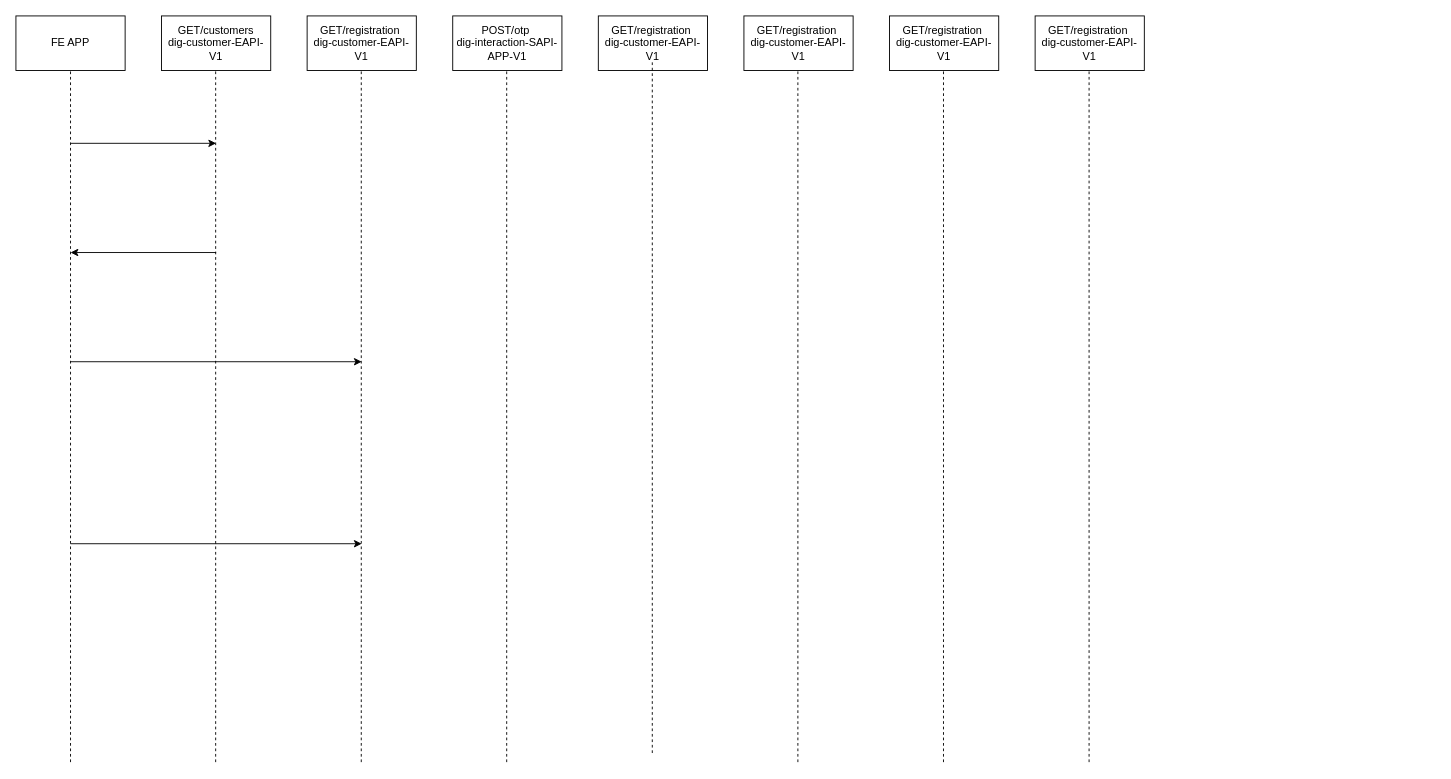
Above: customerOnboarding.drawio in busugu2018/muleCustomerOnboarding (draw.io), before the change. Source tidied: cells renumbered, new cells numbered last; positions are measured from the earlier drawing's top-left corner, leaving out a move shared by most shapes. Both pictures are drawn from the tidied source at 91%, with x=0, y=0 at pixel (15, 15).
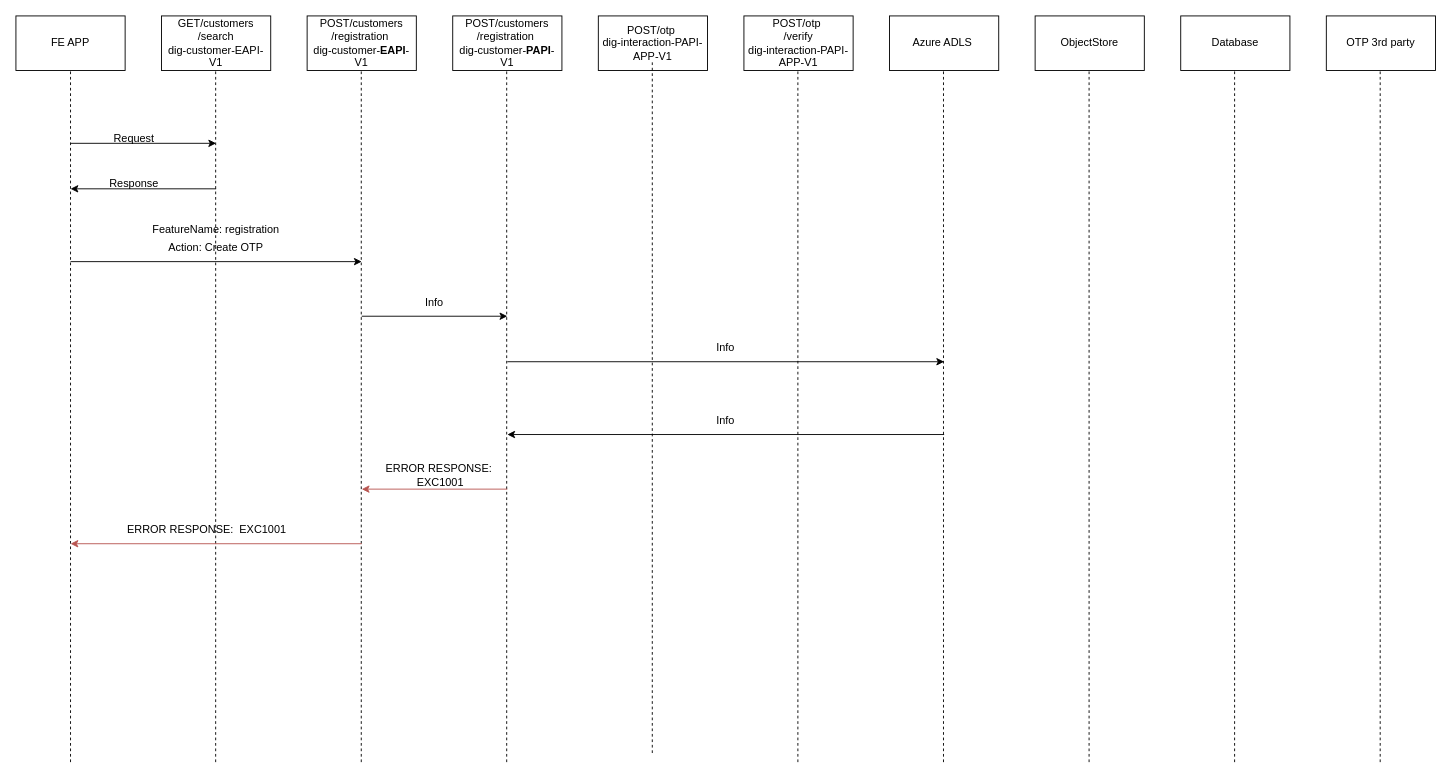
The same diagram, later.

Change to the diagram source:
```diff
@@
-    <mxCell id="3" value="GET/customers&lt;div&gt;dig-customer-EAPI-V1&lt;/div&gt;" style="rounded=0;whiteSpace=wrap;html=1;" parent="1" vertex="1">
+    <mxCell id="3" value="GET/customers&lt;div&gt;/search&lt;br&gt;&lt;div&gt;dig-customer-EAPI-V1&lt;/div&gt;&lt;/div&gt;" style="rounded=0;whiteSpace=wrap;html=1;" parent="1" vertex="1">
       <mxGeometry x="160" width="120" height="60" as="geometry" />
     </mxCell>
-    <mxCell id="4" value="GET/registration&amp;nbsp;&lt;div&gt;dig-customer-EAPI-V1&lt;/div&gt;" style="rounded=0;whiteSpace=wrap;html=1;" parent="1" vertex="1">
+    <mxCell id="4" value="POST/customers&lt;div&gt;/registration&amp;nbsp;&lt;div&gt;&lt;div&gt;dig-customer-&lt;b&gt;EAPI&lt;/b&gt;-V1&lt;/div&gt;&lt;/div&gt;&lt;/div&gt;" style="rounded=0;whiteSpace=wrap;html=1;" parent="1" vertex="1">
       <mxGeometry x="320" width="120" height="60" as="geometry" />
     </mxCell>
@@
     <mxCell id="9" style="endArrow=classic;html=1;rounded=0;" parent="1" edge="1">
       <mxGeometry relative="1" as="geometry">
-        <mxPoint x="60" y="380" as="sourcePoint" />
-        <mxPoint x="380" y="380" as="targetPoint" />
+        <mxPoint x="60" y="270" as="sourcePoint" />
+        <mxPoint x="380" y="270" as="targetPoint" />
       </mxGeometry>
     </mxCell>
-    <mxCell id="10" style="endArrow=classic;html=1;rounded=0;" parent="1" edge="1">
+    <mxCell id="10" style="endArrow=classic;html=1;rounded=0;fillColor=#f8cecc;gradientColor=#ea6b66;strokeColor=#b85450;" parent="1" edge="1">
       <mxGeometry relative="1" as="geometry">
-        <mxPoint x="60" y="580" as="sourcePoint" />
-        <mxPoint x="380" y="580" as="targetPoint" />
+        <mxPoint x="380" y="580" as="sourcePoint" />
+        <mxPoint x="60" y="580" as="targetPoint" />
       </mxGeometry>
     </mxCell>
-    <mxCell id="11" value="POST/otp&amp;nbsp;&lt;div&gt;dig-interaction-SAPI-APP-V1&lt;/div&gt;" style="rounded=0;whiteSpace=wrap;html=1;" parent="1" vertex="1">
+    <mxCell id="11" value="POST/customers&lt;div&gt;/registration&amp;nbsp;&lt;div&gt;dig-customer-&lt;b&gt;PAPI&lt;/b&gt;-V1&lt;/div&gt;&lt;/div&gt;" style="rounded=0;whiteSpace=wrap;html=1;" parent="1" vertex="1">
       <mxGeometry x="480" width="120" height="60" as="geometry" />
     </mxCell>
-    <mxCell id="12" value="GET/registration&amp;nbsp;&lt;div&gt;dig-customer-EAPI-V1&lt;/div&gt;" style="rounded=0;whiteSpace=wrap;html=1;" parent="1" vertex="1">
+    <mxCell id="12" value="POST/otp&amp;nbsp;&lt;div&gt;dig-interaction-PAPI-APP-V1&lt;/div&gt;" style="rounded=0;whiteSpace=wrap;html=1;" parent="1" vertex="1">
       <mxGeometry x="640" width="120" height="60" as="geometry" />
     </mxCell>
-    <mxCell id="13" value="GET/registration&amp;nbsp;&lt;div&gt;dig-customer-EAPI-V1&lt;/div&gt;" style="rounded=0;whiteSpace=wrap;html=1;" parent="1" vertex="1">
+    <mxCell id="13" value="POST/otp&amp;nbsp;&lt;div&gt;/verify&lt;br&gt;&lt;div&gt;dig-interaction-PAPI-APP-V1&lt;/div&gt;&lt;/div&gt;" style="rounded=0;whiteSpace=wrap;html=1;" parent="1" vertex="1">
       <mxGeometry x="800" width="120" height="60" as="geometry" />
     </mxCell>
-    <mxCell id="14" value="GET/registration&amp;nbsp;&lt;div&gt;dig-customer-EAPI-V1&lt;/div&gt;" style="rounded=0;whiteSpace=wrap;html=1;" parent="1" vertex="1">
+    <mxCell id="14" value="Azure ADLS&amp;nbsp;" style="rounded=0;whiteSpace=wrap;html=1;" parent="1" vertex="1">
       <mxGeometry x="960" width="120" height="60" as="geometry" />
     </mxCell>
-    <mxCell id="15" value="GET/registration&amp;nbsp;&lt;div&gt;dig-customer-EAPI-V1&lt;/div&gt;" style="rounded=0;whiteSpace=wrap;html=1;" parent="1" vertex="1">
+    <mxCell id="15" value="ObjectStore" style="rounded=0;whiteSpace=wrap;html=1;" parent="1" vertex="1">
       <mxGeometry x="1120" width="120" height="60" as="geometry" />
     </mxCell>
@@
     <mxCell id="21" style="endArrow=classic;html=1;rounded=0;" parent="1" edge="1">
       <mxGeometry relative="1" as="geometry">
-        <mxPoint x="220" y="260" as="sourcePoint" />
-        <mxPoint x="60" y="260" as="targetPoint" />
+        <mxPoint x="220" y="190" as="sourcePoint" />
+        <mxPoint x="60" y="190" as="targetPoint" />
       </mxGeometry>
     </mxCell>
+    <mxCell id="22" value="Request" style="text;html=1;whiteSpace=wrap;strokeColor=none;fillColor=none;align=center;verticalAlign=middle;rounded=0;" parent="1" vertex="1">
+      <mxGeometry x="100" y="120" width="60" height="30" as="geometry" />
+    </mxCell>
+    <mxCell id="23" value="Response" style="text;html=1;whiteSpace=wrap;strokeColor=none;fillColor=none;align=center;verticalAlign=middle;rounded=0;" parent="1" vertex="1">
+      <mxGeometry x="100" y="170" width="60" height="30" as="geometry" />
+    </mxCell>
+    <mxCell id="24" value="FeatureName: registration" style="text;html=1;whiteSpace=wrap;strokeColor=none;fillColor=none;align=center;verticalAlign=middle;rounded=0;" parent="1" vertex="1">
+      <mxGeometry x="145" y="220" width="150" height="30" as="geometry" />
+    </mxCell>
+    <mxCell id="25" value="Action: Create OTP" style="text;html=1;whiteSpace=wrap;strokeColor=none;fillColor=none;align=center;verticalAlign=middle;rounded=0;" parent="1" vertex="1">
+      <mxGeometry x="160" y="240" width="120" height="30" as="geometry" />
+    </mxCell>
+    <mxCell id="26" value="Database" style="rounded=0;whiteSpace=wrap;html=1;" parent="1" vertex="1">
+      <mxGeometry x="1280" width="120" height="60" as="geometry" />
+    </mxCell>
+    <mxCell id="27" value="OTP 3rd party" style="rounded=0;whiteSpace=wrap;html=1;" parent="1" vertex="1">
+      <mxGeometry x="1440" width="120" height="60" as="geometry" />
+    </mxCell>
+    <mxCell id="28" style="endArrow=none;dashed=1;html=1;rounded=0;entryX=0.5;entryY=1;entryDx=0;entryDy=0;" parent="1" edge="1">
+      <mxGeometry relative="1" as="geometry">
+        <mxPoint x="1339.2" y="820" as="sourcePoint" />
+        <mxPoint x="1339.2" y="60" as="targetPoint" />
+      </mxGeometry>
+    </mxCell>
+    <mxCell id="29" style="endArrow=none;dashed=1;html=1;rounded=0;entryX=0.5;entryY=1;entryDx=0;entryDy=0;" parent="1" edge="1">
+      <mxGeometry relative="1" as="geometry">
+        <mxPoint x="1499.2" y="820" as="sourcePoint" />
+        <mxPoint x="1499.2" y="60" as="targetPoint" />
+      </mxGeometry>
+    </mxCell>
+    <mxCell id="30" style="endArrow=classic;html=1;rounded=0;" parent="1" edge="1">
+      <mxGeometry relative="1" as="geometry">
+        <mxPoint x="380" y="330" as="sourcePoint" />
+        <mxPoint x="540" y="330" as="targetPoint" />
+      </mxGeometry>
+    </mxCell>
+    <mxCell id="31" style="endArrow=classic;html=1;rounded=0;" parent="1" edge="1">
+      <mxGeometry relative="1" as="geometry">
+        <mxPoint x="540" y="380" as="sourcePoint" />
+        <mxPoint x="1020" y="380" as="targetPoint" />
+      </mxGeometry>
+    </mxCell>
+    <mxCell id="32" style="endArrow=classic;html=1;rounded=0;" parent="1" edge="1">
+      <mxGeometry relative="1" as="geometry">
+        <mxPoint x="1020" y="460" as="sourcePoint" />
+        <mxPoint x="540" y="460" as="targetPoint" />
+      </mxGeometry>
+    </mxCell>
+    <mxCell id="33" style="endArrow=classic;html=1;rounded=0;fillColor=#f8cecc;strokeColor=#b85450;gradientColor=#ea6b66;" parent="1" edge="1">
+      <mxGeometry relative="1" as="geometry">
+        <mxPoint x="540" y="520" as="sourcePoint" />
+        <mxPoint x="380" y="520" as="targetPoint" />
+      </mxGeometry>
+    </mxCell>
+    <mxCell id="34" value="Info" style="text;html=1;whiteSpace=wrap;strokeColor=none;fillColor=none;align=center;verticalAlign=middle;rounded=0;" parent="1" vertex="1">
+      <mxGeometry x="430" y="300" width="60" height="30" as="geometry" />
+    </mxCell>
+    <mxCell id="35" value="Info" style="text;html=1;whiteSpace=wrap;strokeColor=none;fillColor=none;align=center;verticalAlign=middle;rounded=0;" parent="1" vertex="1">
+      <mxGeometry x="750" y="350" width="60" height="30" as="geometry" />
+    </mxCell>
+    <mxCell id="36" value="Info" style="text;html=1;whiteSpace=wrap;strokeColor=none;fillColor=none;align=center;verticalAlign=middle;rounded=0;" parent="1" vertex="1">
+      <mxGeometry x="750" y="430" width="60" height="30" as="geometry" />
+    </mxCell>
+    <mxCell id="37" value="ERROR RESPONSE: &amp;nbsp;EXC1001" style="text;html=1;whiteSpace=wrap;strokeColor=none;fillColor=none;align=center;verticalAlign=middle;rounded=0;" parent="1" vertex="1">
+      <mxGeometry x="110" y="550" width="200" height="30" as="geometry" />
+    </mxCell>
+    <mxCell id="38" value="ERROR RESPONSE: &amp;nbsp;EXC1001" style="text;html=1;whiteSpace=wrap;strokeColor=none;fillColor=none;align=center;verticalAlign=middle;rounded=0;" parent="1" vertex="1">
+      <mxGeometry x="400" y="490" width="130" height="30" as="geometry" />
+    </mxCell>
```
